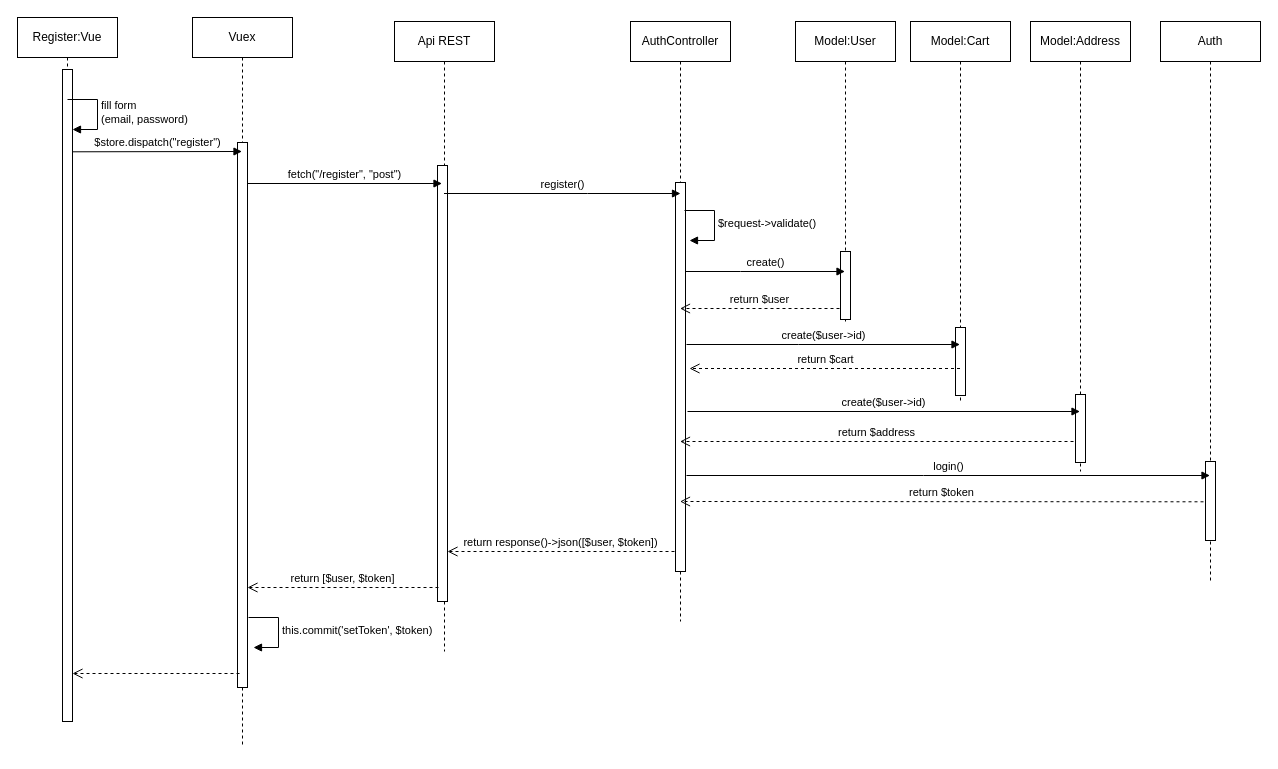
Earlier version of the draw.io diagram Diagramme sequence.drawio (Aurelie1416/books-key). Source tidied: cells renumbered, new cells numbered last; positions are measured from the earlier drawing's top-left corner, leaving out a move shared by most shapes. Both pictures are drawn from the tidied source at 100%, with x=0, y=0 at pixel (17, 17).
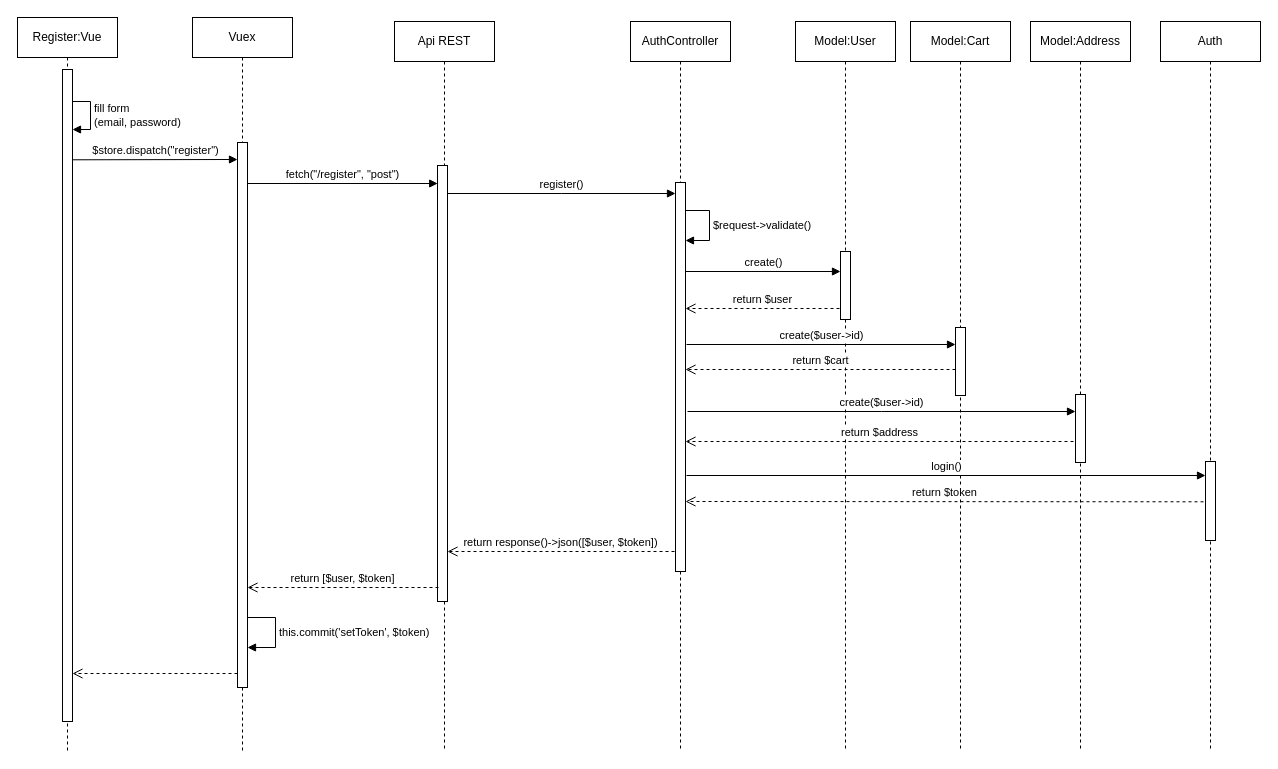
The same page after the edit.

Commit message:
Mettre à jour Diagramme sequence.drawio

The change refers to these unchanged cells:
```xml
<mxCell id="4" style="html=1;points=[];perimeter=orthogonalPerimeter;outlineConnect=0;targetShapes=umlLifeline;portConstraint=eastwest;newEdgeStyle={&quot;edgeStyle&quot;:&quot;elbowEdgeStyle&quot;,&quot;elbow&quot;:&quot;vertical&quot;,&quot;curved&quot;:0,&quot;rounded&quot;:0};" parent="3" vertex="1">
  <mxGeometry x="45" y="125" width="10" height="545" as="geometry" />
</mxCell>
<mxCell id="5" style="html=1;points=[];perimeter=orthogonalPerimeter;outlineConnect=0;targetShapes=umlLifeline;portConstraint=eastwest;newEdgeStyle={&quot;edgeStyle&quot;:&quot;elbowEdgeStyle&quot;,&quot;elbow&quot;:&quot;vertical&quot;,&quot;curved&quot;:0,&quot;rounded&quot;:0};" parent="1" vertex="1">
  <mxGeometry x="45" y="52" width="10" height="652" as="geometry" />
</mxCell>
<mxCell id="9" style="html=1;points=[];perimeter=orthogonalPerimeter;outlineConnect=0;targetShapes=umlLifeline;portConstraint=eastwest;newEdgeStyle={&quot;edgeStyle&quot;:&quot;elbowEdgeStyle&quot;,&quot;elbow&quot;:&quot;vertical&quot;,&quot;curved&quot;:0,&quot;rounded&quot;:0};" parent="8" vertex="1">
  <mxGeometry x="43" y="144" width="10" height="436" as="geometry" />
</mxCell>
<mxCell id="12" style="html=1;points=[];perimeter=orthogonalPerimeter;outlineConnect=0;targetShapes=umlLifeline;portConstraint=eastwest;newEdgeStyle={&quot;edgeStyle&quot;:&quot;elbowEdgeStyle&quot;,&quot;elbow&quot;:&quot;vertical&quot;,&quot;curved&quot;:0,&quot;rounded&quot;:0};" parent="11" vertex="1">
  <mxGeometry x="45" y="161" width="10" height="389" as="geometry" />
</mxCell>
<mxCell id="20" style="html=1;points=[];perimeter=orthogonalPerimeter;outlineConnect=0;targetShapes=umlLifeline;portConstraint=eastwest;newEdgeStyle={&quot;edgeStyle&quot;:&quot;elbowEdgeStyle&quot;,&quot;elbow&quot;:&quot;vertical&quot;,&quot;curved&quot;:0,&quot;rounded&quot;:0};" parent="19" vertex="1">
  <mxGeometry x="45" y="306" width="10" height="68" as="geometry" />
</mxCell>
<mxCell id="22" style="html=1;points=[];perimeter=orthogonalPerimeter;outlineConnect=0;targetShapes=umlLifeline;portConstraint=eastwest;newEdgeStyle={&quot;edgeStyle&quot;:&quot;elbowEdgeStyle&quot;,&quot;elbow&quot;:&quot;vertical&quot;,&quot;curved&quot;:0,&quot;rounded&quot;:0};" parent="21" vertex="1">
  <mxGeometry x="45" y="373" width="10" height="68" as="geometry" />
</mxCell>
<mxCell id="28" style="html=1;points=[];perimeter=orthogonalPerimeter;outlineConnect=0;targetShapes=umlLifeline;portConstraint=eastwest;newEdgeStyle={&quot;edgeStyle&quot;:&quot;elbowEdgeStyle&quot;,&quot;elbow&quot;:&quot;vertical&quot;,&quot;curved&quot;:0,&quot;rounded&quot;:0};" parent="27" vertex="1">
  <mxGeometry x="45" y="440" width="10" height="79" as="geometry" />
</mxCell>
```

Diff of the diagram source:
```diff
@@
     <mxCell id="2" value="Register:Vue" style="shape=umlLifeline;perimeter=lifelinePerimeter;whiteSpace=wrap;html=1;newEdgeStyle={&quot;edgeStyle&quot;:&quot;elbowEdgeStyle&quot;,&quot;elbow&quot;:&quot;vertical&quot;,&quot;curved&quot;:0,&quot;rounded&quot;:0};" parent="1" vertex="1">
-      <mxGeometry width="100" height="674" as="geometry" />
+      <mxGeometry width="100" height="734" as="geometry" />
     </mxCell>
     <mxCell id="3" value="Vuex" style="shape=umlLifeline;perimeter=lifelinePerimeter;whiteSpace=wrap;html=1;outlineConnect=0;portConstraint=eastwest;newEdgeStyle={&quot;edgeStyle&quot;:&quot;elbowEdgeStyle&quot;,&quot;elbow&quot;:&quot;vertical&quot;,&quot;curved&quot;:0,&quot;rounded&quot;:0};" parent="1" vertex="1">
-      <mxGeometry x="175" width="100" height="730" as="geometry" />
+      <mxGeometry x="175" width="100" height="734" as="geometry" />
     </mxCell>
@@
-    <mxCell id="6" value="&lt;div&gt;fill form &lt;br&gt;&lt;/div&gt;&lt;div&gt;(email, password)&lt;/div&gt;" style="html=1;align=left;spacingLeft=2;endArrow=block;rounded=0;edgeStyle=orthogonalEdgeStyle;curved=0;rounded=0;" parent="1" edge="1" target="5">
+    <mxCell id="6" value="&lt;div&gt;fill form &lt;br&gt;&lt;/div&gt;&lt;div&gt;(email, password)&lt;/div&gt;" style="html=1;align=left;spacingLeft=2;endArrow=block;rounded=0;edgeStyle=orthogonalEdgeStyle;curved=0;rounded=0;" parent="1" edge="1">
       <mxGeometry relative="1" as="geometry">
-        <mxPoint x="50" y="82" as="sourcePoint" />
+        <mxPoint x="55" y="84" as="sourcePoint" />
+        <mxPoint x="55" y="112" as="targetPoint" />
         <Array as="points">
-          <mxPoint x="80" y="112" />
+          <mxPoint x="73" y="112" />
         </Array>
       </mxGeometry>
     </mxCell>
-    <mxCell id="7" value="$store.dispatch(&quot;register&quot;)" style="html=1;verticalAlign=bottom;endArrow=block;edgeStyle=elbowEdgeStyle;elbow=vertical;curved=0;rounded=0;" parent="1" edge="1" target="3">
+    <mxCell id="7" value="$store.dispatch(&quot;register&quot;)" style="html=1;verticalAlign=bottom;endArrow=block;edgeStyle=elbowEdgeStyle;elbow=vertical;curved=0;rounded=0;" parent="1" edge="1">
       <mxGeometry relative="1" as="geometry">
-        <mxPoint x="55" y="134.3" as="sourcePoint" />
+        <mxPoint x="55" y="142.3" as="sourcePoint" />
+        <mxPoint x="220" y="142" as="targetPoint" />
       </mxGeometry>
     </mxCell>
     <mxCell id="8" value="Api REST" style="shape=umlLifeline;perimeter=lifelinePerimeter;whiteSpace=wrap;html=1;outlineConnect=0;portConstraint=eastwest;newEdgeStyle={&quot;edgeStyle&quot;:&quot;elbowEdgeStyle&quot;,&quot;elbow&quot;:&quot;vertical&quot;,&quot;curved&quot;:0,&quot;rounded&quot;:0};" parent="1" vertex="1">
-      <mxGeometry x="377" y="4" width="100" height="630" as="geometry" />
+      <mxGeometry x="377" y="4" width="100" height="730" as="geometry" />
     </mxCell>
@@
-    <mxCell id="10" value="fetch(&quot;/register&quot;, &quot;post&quot;)" style="html=1;verticalAlign=bottom;endArrow=block;edgeStyle=elbowEdgeStyle;elbow=vertical;curved=0;rounded=0;" parent="1" edge="1" source="4">
+    <mxCell id="10" value="fetch(&quot;/register&quot;, &quot;post&quot;)" style="html=1;verticalAlign=bottom;endArrow=block;edgeStyle=elbowEdgeStyle;elbow=vertical;curved=0;rounded=0;entryX=-0.178;entryY=0.04;entryDx=0;entryDy=0;entryPerimeter=0;" parent="1" edge="1" source="4">
       <mxGeometry relative="1" as="geometry">
-        <mxPoint x="424.5" y="166.1" as="targetPoint" />
+        <mxPoint x="420.2" y="165.4" as="targetPoint" />
+        <Array as="points">
+          <mxPoint x="425" y="166" />
+        </Array>
       </mxGeometry>
     </mxCell>
     <mxCell id="11" value="AuthController" style="shape=umlLifeline;perimeter=lifelinePerimeter;whiteSpace=wrap;html=1;outlineConnect=0;portConstraint=eastwest;newEdgeStyle={&quot;edgeStyle&quot;:&quot;elbowEdgeStyle&quot;,&quot;elbow&quot;:&quot;vertical&quot;,&quot;curved&quot;:0,&quot;rounded&quot;:0};" parent="1" vertex="1">
-      <mxGeometry x="613" y="4" width="100" height="600" as="geometry" />
+      <mxGeometry x="613" y="4" width="100" height="730" as="geometry" />
     </mxCell>
@@
-    <mxCell id="13" value="register()" style="html=1;verticalAlign=bottom;endArrow=block;edgeStyle=elbowEdgeStyle;elbow=vertical;curved=0;rounded=0;" parent="1" edge="1" source="8">
+    <mxCell id="13" value="register()" style="html=1;verticalAlign=bottom;endArrow=block;edgeStyle=elbowEdgeStyle;elbow=vertical;curved=0;rounded=0;" parent="1" edge="1" source="9">
       <mxGeometry relative="1" as="geometry">
-        <mxPoint x="663" y="176" as="targetPoint" />
+        <mxPoint x="658" y="176" as="targetPoint" />
       </mxGeometry>
     </mxCell>
-    <mxCell id="14" value="$request-&amp;gt;validate()" style="html=1;align=left;spacingLeft=2;endArrow=block;rounded=0;edgeStyle=orthogonalEdgeStyle;curved=0;rounded=0;" parent="1" edge="1">
+    <mxCell id="14" value="$request-&amp;gt;validate()" style="html=1;align=left;spacingLeft=2;endArrow=block;rounded=0;edgeStyle=orthogonalEdgeStyle;curved=0;rounded=0;" parent="1" edge="1" target="12">
       <mxGeometry relative="1" as="geometry">
-        <mxPoint x="667" y="193" as="sourcePoint" />
-        <mxPoint x="672" y="223" as="targetPoint" />
+        <mxPoint x="668" y="193" as="sourcePoint" />
         <Array as="points">
-          <mxPoint x="697" y="223" />
+          <mxPoint x="692" y="193" />
+          <mxPoint x="692" y="223" />
         </Array>
       </mxGeometry>
     </mxCell>
     <mxCell id="15" value="Model:User" style="shape=umlLifeline;perimeter=lifelinePerimeter;whiteSpace=wrap;html=1;outlineConnect=0;portConstraint=eastwest;newEdgeStyle={&quot;edgeStyle&quot;:&quot;elbowEdgeStyle&quot;,&quot;elbow&quot;:&quot;vertical&quot;,&quot;curved&quot;:0,&quot;rounded&quot;:0};" parent="1" vertex="1">
-      <mxGeometry x="778" y="4" width="100" height="300" as="geometry" />
+      <mxGeometry x="778" y="4" width="100" height="730" as="geometry" />
     </mxCell>
@@
-    <mxCell id="17" value="create()" style="html=1;verticalAlign=bottom;endArrow=block;edgeStyle=elbowEdgeStyle;elbow=vertical;curved=0;rounded=0;" parent="1" edge="1" target="15">
+    <mxCell id="17" value="create()" style="html=1;verticalAlign=bottom;endArrow=block;edgeStyle=elbowEdgeStyle;elbow=vertical;curved=0;rounded=0;" parent="1" edge="1">
       <mxGeometry relative="1" as="geometry">
         <mxPoint x="668" y="254" as="sourcePoint" />
+        <mxPoint x="823" y="254" as="targetPoint" />
       </mxGeometry>
     </mxCell>
-    <mxCell id="18" value="return $user" style="html=1;verticalAlign=bottom;endArrow=open;dashed=1;endSize=8;edgeStyle=elbowEdgeStyle;elbow=vertical;curved=0;rounded=0;" parent="1" edge="1" target="11">
+    <mxCell id="18" value="return $user" style="html=1;verticalAlign=bottom;endArrow=open;dashed=1;endSize=8;edgeStyle=elbowEdgeStyle;elbow=vertical;curved=0;rounded=0;" parent="1" edge="1" target="12">
       <mxGeometry relative="1" as="geometry">
         <mxPoint x="822" y="291" as="sourcePoint" />
       </mxGeometry>
     </mxCell>
     <mxCell id="19" value="Model:Cart" style="shape=umlLifeline;perimeter=lifelinePerimeter;whiteSpace=wrap;html=1;outlineConnect=0;portConstraint=eastwest;newEdgeStyle={&quot;edgeStyle&quot;:&quot;elbowEdgeStyle&quot;,&quot;elbow&quot;:&quot;vertical&quot;,&quot;curved&quot;:0,&quot;rounded&quot;:0};" parent="1" vertex="1">
-      <mxGeometry x="893" y="4" width="100" height="380" as="geometry" />
+      <mxGeometry x="893" y="4" width="100" height="730" as="geometry" />
     </mxCell>
@@
     <mxCell id="21" value="Model:Address" style="shape=umlLifeline;perimeter=lifelinePerimeter;whiteSpace=wrap;html=1;outlineConnect=0;portConstraint=eastwest;newEdgeStyle={&quot;edgeStyle&quot;:&quot;elbowEdgeStyle&quot;,&quot;elbow&quot;:&quot;vertical&quot;,&quot;curved&quot;:0,&quot;rounded&quot;:0};" parent="1" vertex="1">
-      <mxGeometry x="1013" y="4" width="100" height="450" as="geometry" />
+      <mxGeometry x="1013" y="4" width="100" height="730" as="geometry" />
     </mxCell>
@@
-    <mxCell id="23" value="create($user-&amp;gt;id)" style="html=1;verticalAlign=bottom;endArrow=block;edgeStyle=elbowEdgeStyle;elbow=vertical;curved=0;rounded=0;" parent="1" edge="1" target="19">
+    <mxCell id="23" value="create($user-&amp;gt;id)" style="html=1;verticalAlign=bottom;endArrow=block;edgeStyle=elbowEdgeStyle;elbow=vertical;curved=0;rounded=0;" parent="1" edge="1" target="20">
       <mxGeometry relative="1" as="geometry">
         <mxPoint x="669" y="327" as="sourcePoint" />
       </mxGeometry>
     </mxCell>
-    <mxCell id="24" value="return $cart" style="html=1;verticalAlign=bottom;endArrow=open;dashed=1;endSize=8;edgeStyle=elbowEdgeStyle;elbow=vertical;curved=0;rounded=0;" parent="1" edge="1" source="19">
+    <mxCell id="24" value="return $cart" style="html=1;verticalAlign=bottom;endArrow=open;dashed=1;endSize=8;edgeStyle=elbowEdgeStyle;elbow=vertical;curved=0;rounded=0;" parent="1" edge="1" source="20">
       <mxGeometry relative="1" as="geometry">
-        <mxPoint x="672" y="351" as="targetPoint" />
+        <mxPoint x="668" y="352.3" as="targetPoint" />
       </mxGeometry>
     </mxCell>
-    <mxCell id="25" value="create($user-&amp;gt;id)" style="html=1;verticalAlign=bottom;endArrow=block;edgeStyle=elbowEdgeStyle;elbow=vertical;curved=0;rounded=0;" parent="1" edge="1" target="21">
+    <mxCell id="25" value="create($user-&amp;gt;id)" style="html=1;verticalAlign=bottom;endArrow=block;edgeStyle=elbowEdgeStyle;elbow=vertical;curved=0;rounded=0;" parent="1" edge="1" target="22">
       <mxGeometry relative="1" as="geometry">
         <mxPoint x="670" y="394" as="sourcePoint" />
       </mxGeometry>
     </mxCell>
-    <mxCell id="26" value="return $address" style="html=1;verticalAlign=bottom;endArrow=open;dashed=1;endSize=8;edgeStyle=elbowEdgeStyle;elbow=vertical;curved=0;rounded=0;" parent="1" edge="1" target="11">
+    <mxCell id="26" value="return $address" style="html=1;verticalAlign=bottom;endArrow=open;dashed=1;endSize=8;edgeStyle=elbowEdgeStyle;elbow=vertical;curved=0;rounded=0;" parent="1" edge="1" target="12">
       <mxGeometry relative="1" as="geometry">
         <mxPoint x="1056" y="424" as="sourcePoint" />
       </mxGeometry>
     </mxCell>
     <mxCell id="27" value="Auth" style="shape=umlLifeline;perimeter=lifelinePerimeter;whiteSpace=wrap;html=1;outlineConnect=0;portConstraint=eastwest;newEdgeStyle={&quot;edgeStyle&quot;:&quot;elbowEdgeStyle&quot;,&quot;elbow&quot;:&quot;vertical&quot;,&quot;curved&quot;:0,&quot;rounded&quot;:0};" parent="1" vertex="1">
-      <mxGeometry x="1143" y="4" width="100" height="560" as="geometry" />
+      <mxGeometry x="1143" y="4" width="100" height="730" as="geometry" />
     </mxCell>
@@
-    <mxCell id="29" value="login()" style="html=1;verticalAlign=bottom;endArrow=block;edgeStyle=elbowEdgeStyle;elbow=vertical;curved=0;rounded=0;" parent="1" edge="1" target="27">
+    <mxCell id="29" value="login()" style="html=1;verticalAlign=bottom;endArrow=block;edgeStyle=elbowEdgeStyle;elbow=vertical;curved=0;rounded=0;" parent="1" edge="1" target="28">
       <mxGeometry relative="1" as="geometry">
         <mxPoint x="669" y="458" as="sourcePoint" />
       </mxGeometry>
     </mxCell>
-    <mxCell id="30" value="return $token" style="html=1;verticalAlign=bottom;endArrow=open;dashed=1;endSize=8;edgeStyle=elbowEdgeStyle;elbow=vertical;curved=0;rounded=0;" parent="1" edge="1" target="11">
+    <mxCell id="30" value="return $token" style="html=1;verticalAlign=bottom;endArrow=open;dashed=1;endSize=8;edgeStyle=elbowEdgeStyle;elbow=vertical;curved=0;rounded=0;" parent="1" edge="1" target="12">
       <mxGeometry relative="1" as="geometry">
         <mxPoint x="1186" y="484.3" as="sourcePoint" />
       </mxGeometry>
     </mxCell>
@@
     <mxCell id="33" value="this.commit('setToken', $token)" style="html=1;align=left;spacingLeft=2;endArrow=block;rounded=0;edgeStyle=orthogonalEdgeStyle;curved=0;rounded=0;" parent="1" edge="1">
       <mxGeometry relative="1" as="geometry">
-        <mxPoint x="231" y="600" as="sourcePoint" />
-        <mxPoint x="236" y="630" as="targetPoint" />
+        <mxPoint x="230" y="600" as="sourcePoint" />
+        <mxPoint x="230" y="630" as="targetPoint" />
         <Array as="points">
-          <mxPoint x="261" y="630" />
+          <mxPoint x="258" y="630" />
         </Array>
       </mxGeometry>
     </mxCell>
     <mxCell id="34" style="html=1;verticalAlign=bottom;endArrow=open;dashed=1;endSize=8;edgeStyle=elbowEdgeStyle;elbow=vertical;curved=0;rounded=0;" parent="1" edge="1" target="5">
       <mxGeometry relative="1" as="geometry">
-        <mxPoint x="222" y="656" as="sourcePoint" />
+        <mxPoint x="220" y="656" as="sourcePoint" />
       </mxGeometry>
     </mxCell>
```
